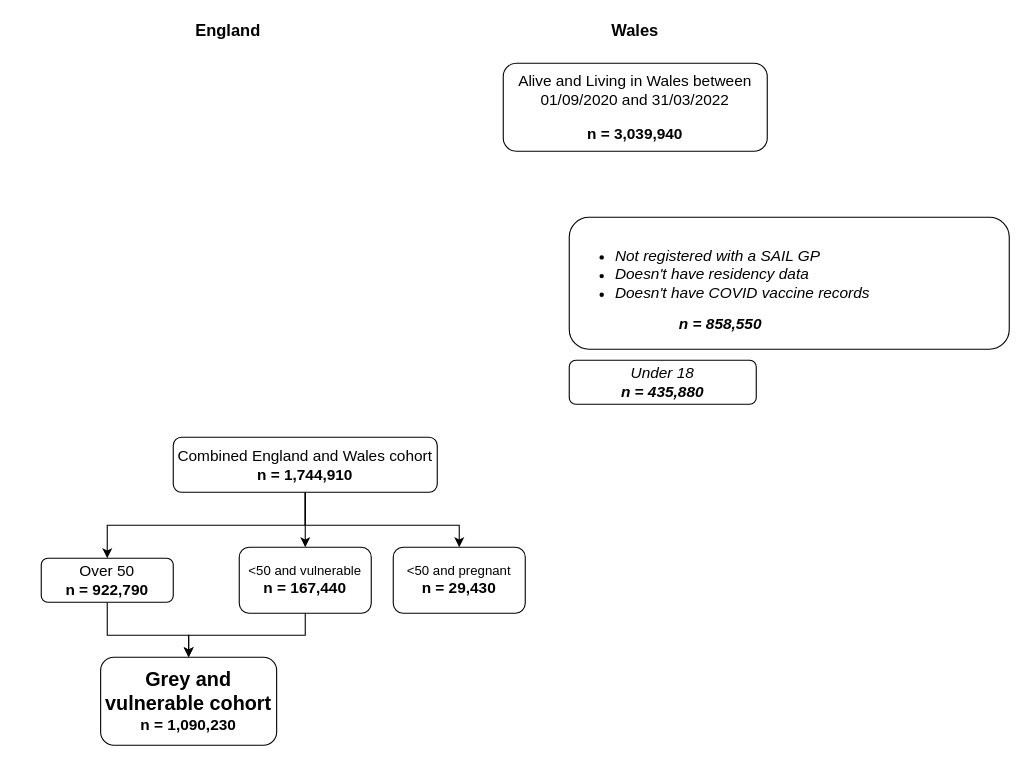
stubedston/dacvap-c19-flu-vaccine-disparity keeps this draw.io diagram as figure_cohort_inclusion_flowchart.drawio. Above is the earlier version. Source tidied: cells renumbered, new cells numbered last; positions are measured from the earlier drawing's top-left corner, leaving out a move shared by most shapes. Both pictures are drawn from the tidied source at 110%, with x=0, y=0 at pixel (41, 19).
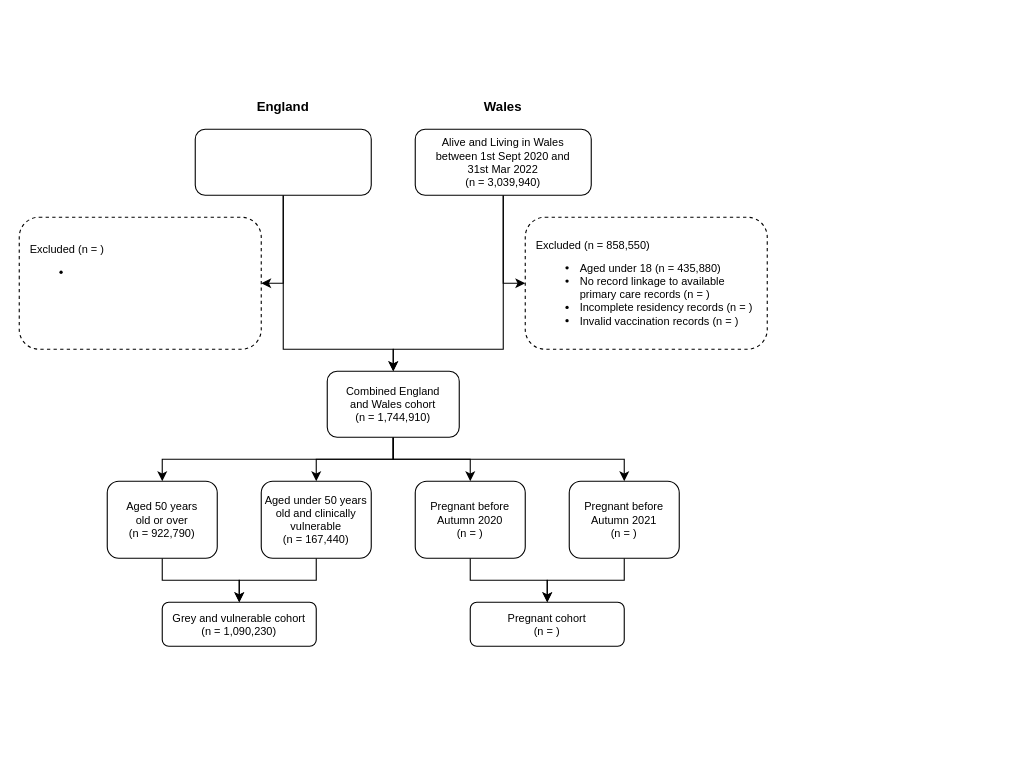
After the change.

Change to the diagram source:
```diff
@@
+    <mxCell id="17" style="edgeStyle=orthogonalEdgeStyle;rounded=0;jettySize=auto;html=1;entryX=0;entryY=0.5;entryDx=0;entryDy=0;fontSize=10;" parent="1" edge="1" source="2" target="3">
+      <mxGeometry relative="1" as="geometry" />
+    </mxCell>
+    <mxCell id="18" style="edgeStyle=orthogonalEdgeStyle;rounded=0;jettySize=auto;html=1;entryX=0.5;entryY=0;entryDx=0;entryDy=0;fontSize=10;" parent="1" edge="1" source="2" target="7">
+      <mxGeometry relative="1" as="geometry">
+        <Array as="points">
+          <mxPoint x="420" y="300" />
+          <mxPoint x="320" y="300" />
+        </Array>
+      </mxGeometry>
+    </mxCell>
-    <mxCell id="2" value="&lt;font style=&quot;&quot;&gt;&lt;span style=&quot;font-size: 14px;&quot;&gt;Alive and Living in Wales between 01/09/2020 and 31/03/2022&lt;br&gt;&lt;/span&gt;&lt;br&gt;&lt;font style=&quot;font-size: 14px;&quot;&gt;&lt;b style=&quot;&quot;&gt;n = 3,039,940&lt;/b&gt;&lt;/font&gt;&lt;br&gt;&lt;/font&gt;" style="rounded=1;whiteSpace=wrap;html=1;fontSize=12;glass=0;strokeWidth=1;shadow=0;" parent="1" vertex="1">
-      <mxGeometry x="420" y="40" width="240" height="80" as="geometry" />
+    <mxCell id="2" value="&lt;font style=&quot;font-size: 10px&quot;&gt;&lt;span style=&quot;font-size: 10px&quot;&gt;Alive and Living in Wales between 1st Sept 2020 and 31st Mar 2022&lt;br style=&quot;font-size: 10px&quot;&gt;&lt;/span&gt;&lt;font style=&quot;font-size: 10px&quot;&gt;&lt;span style=&quot;font-size: 10px&quot;&gt;(n = 3,039,940)&lt;/span&gt;&lt;/font&gt;&lt;br style=&quot;font-size: 10px&quot;&gt;&lt;/font&gt;" style="rounded=1;whiteSpace=wrap;html=1;fontSize=10;glass=0;strokeWidth=1;shadow=0;spacing=20;" parent="1" vertex="1">
+      <mxGeometry x="340" y="100" width="160" height="60" as="geometry" />
     </mxCell>
-    <mxCell id="3" value="&lt;ul&gt;&lt;li&gt;&lt;font style=&quot;font-size: 14px;&quot;&gt;&lt;i&gt;Not registered with a SAIL GP&lt;/i&gt;&lt;/font&gt;&lt;/li&gt;&lt;li&gt;&lt;font style=&quot;font-size: 14px;&quot;&gt;&lt;i&gt;Doesn't have residency data&lt;/i&gt;&lt;/font&gt;&lt;/li&gt;&lt;li&gt;&lt;font style=&quot;font-size: 14px;&quot;&gt;&lt;i&gt;Doesn't have COVID vaccine records&lt;/i&gt;&lt;/font&gt;&lt;/li&gt;&lt;/ul&gt;&lt;b style=&quot;background-color: initial;&quot;&gt;&lt;div style=&quot;text-align: center;&quot;&gt;&lt;b style=&quot;background-color: initial;&quot;&gt;&lt;font style=&quot;font-size: 14px;&quot;&gt;&lt;i&gt;n = 858,550&lt;/i&gt;&lt;/font&gt;&lt;/b&gt;&lt;/div&gt;&lt;/b&gt;" style="rounded=1;whiteSpace=wrap;html=1;fontSize=12;glass=0;strokeWidth=1;shadow=0;align=left;" parent="1" vertex="1">
-      <mxGeometry x="480" y="180" width="400" height="120" as="geometry" />
+    <mxCell id="3" value="&lt;p style=&quot;line-height: 100%&quot;&gt;&lt;span style=&quot;font-size: 10px&quot;&gt;Excluded (&lt;span style=&quot;font-size: 10px&quot;&gt;&lt;font style=&quot;font-size: 10px&quot;&gt;&lt;span style=&quot;font-size: 10px&quot;&gt;n = 858,550)&lt;/span&gt;&lt;/font&gt;&lt;/span&gt;&lt;/span&gt;&lt;br style=&quot;font-size: 10px&quot;&gt;&lt;/p&gt;&lt;ul style=&quot;font-size: 10px&quot;&gt;&lt;li style=&quot;font-size: 10px&quot;&gt;&lt;font style=&quot;font-size: 10px&quot;&gt;&lt;span style=&quot;font-size: 10px&quot;&gt;Aged under 18 (n = 435,880)&lt;/span&gt;&lt;/font&gt;&lt;/li&gt;&lt;li style=&quot;font-size: 10px&quot;&gt;&lt;font style=&quot;font-size: 10px&quot;&gt;&lt;span style=&quot;font-size: 10px&quot;&gt;No record linkage to available primary care records (n = )&lt;/span&gt;&lt;/font&gt;&lt;/li&gt;&lt;li style=&quot;font-size: 10px&quot;&gt;Incomplete residency records (n = )&lt;/li&gt;&lt;li style=&quot;font-size: 10px&quot;&gt;&lt;font style=&quot;font-size: 10px&quot;&gt;&lt;span style=&quot;font-size: 10px ; line-height: 100%&quot;&gt;Invalid vaccination records (n = )&lt;/span&gt;&lt;/font&gt;&lt;/li&gt;&lt;/ul&gt;&lt;p&gt;&lt;/p&gt;" style="rounded=1;whiteSpace=wrap;html=1;fontSize=10;glass=0;strokeWidth=1;shadow=0;align=left;fontStyle=0;spacing=10;verticalAlign=middle;dashed=1;" parent="1" vertex="1">
+      <mxGeometry x="440" y="180" width="220" height="120" as="geometry" />
     </mxCell>
+    <mxCell id="6" style="edgeStyle=orthogonalEdgeStyle;rounded=0;jettySize=auto;html=1;entryX=0.5;entryY=0;entryDx=0;entryDy=0;fontSize=10;" parent="1" edge="1" source="7" target="13">
+      <mxGeometry relative="1" as="geometry" />
+    </mxCell>
+    <mxCell id="5" style="edgeStyle=orthogonalEdgeStyle;rounded=0;jettySize=auto;html=1;fontSize=10;" parent="1" edge="1" source="7" target="14">
+      <mxGeometry relative="1" as="geometry" />
+    </mxCell>
-    <mxCell id="4" style="edgeStyle=orthogonalEdgeStyle;rounded=0;jettySize=auto;html=1;" parent="1" edge="1" source="7" target="10">
-      <mxGeometry relative="1" as="geometry" />
+    <mxCell id="4" style="edgeStyle=orthogonalEdgeStyle;rounded=0;jettySize=auto;html=1;fontSize=10;" parent="1" edge="1" source="7" target="10">
+      <mxGeometry relative="1" as="geometry">
+        <Array as="points">
+          <mxPoint x="320" y="400" />
+          <mxPoint x="110" y="400" />
+        </Array>
+      </mxGeometry>
     </mxCell>
-    <mxCell id="5" style="edgeStyle=orthogonalEdgeStyle;rounded=0;jettySize=auto;html=1;entryX=0.5;entryY=0;entryDx=0;entryDy=0;" parent="1" edge="1" source="7" target="14">
-      <mxGeometry relative="1" as="geometry">
-        <Array as="points">
-          <mxPoint x="240" y="460" />
-          <mxPoint x="380" y="460" />
-        </Array>
-      </mxGeometry>
-    </mxCell>
-    <mxCell id="6" style="edgeStyle=orthogonalEdgeStyle;rounded=0;jettySize=auto;html=1;entryX=0.5;entryY=0;entryDx=0;entryDy=0;" parent="1" edge="1" source="7" target="13">
-      <mxGeometry relative="1" as="geometry" />
-    </mxCell>
+    <mxCell id="19" style="edgeStyle=orthogonalEdgeStyle;rounded=0;jettySize=auto;html=1;entryX=0.5;entryY=0;entryDx=0;entryDy=0;fontSize=10;" parent="1" edge="1" source="7" target="26">
+      <mxGeometry relative="1" as="geometry">
+        <Array as="points">
+          <mxPoint x="320" y="400" />
+          <mxPoint x="530" y="400" />
+        </Array>
+      </mxGeometry>
+    </mxCell>
-    <mxCell id="7" value="&lt;font&gt;&lt;font style=&quot;font-size: 14px&quot;&gt;Combined England and Wales cohort&lt;br&gt;&lt;font&gt;&lt;b&gt;n = 1,744,910&lt;/b&gt;&lt;/font&gt;&lt;/font&gt;&lt;br&gt;&lt;/font&gt;" style="rounded=1;whiteSpace=wrap;html=1;fontSize=12;glass=0;strokeWidth=1;shadow=0;" parent="1" vertex="1">
-      <mxGeometry x="120" y="380" width="240" height="50" as="geometry" />
+    <mxCell id="7" value="&lt;font style=&quot;font-size: 10px&quot;&gt;&lt;font style=&quot;font-size: 10px&quot;&gt;Combined England&lt;br&gt;and Wales cohort&lt;br style=&quot;font-size: 10px&quot;&gt;&lt;font style=&quot;font-size: 10px&quot;&gt;&lt;span style=&quot;font-size: 10px&quot;&gt;(n = 1,744,910)&lt;/span&gt;&lt;/font&gt;&lt;/font&gt;&lt;br style=&quot;font-size: 10px&quot;&gt;&lt;/font&gt;" style="rounded=1;whiteSpace=wrap;html=1;fontSize=10;glass=0;strokeWidth=1;shadow=0;" parent="1" vertex="1">
+      <mxGeometry x="260" y="320" width="120" height="60" as="geometry" />
     </mxCell>
-    <mxCell id="8" value="&lt;div style=&quot;&quot;&gt;&lt;span style=&quot;background-color: initial; font-size: 14px;&quot;&gt;&lt;i&gt;Under 18&lt;/i&gt;&lt;/span&gt;&lt;/div&gt;&lt;b style=&quot;background-color: initial;&quot;&gt;&lt;div style=&quot;&quot;&gt;&lt;b style=&quot;background-color: initial;&quot;&gt;&lt;font style=&quot;font-size: 14px;&quot;&gt;&lt;i&gt;n = 435,880&lt;/i&gt;&lt;/font&gt;&lt;/b&gt;&lt;/div&gt;&lt;/b&gt;" style="rounded=1;whiteSpace=wrap;html=1;fontSize=12;glass=0;strokeWidth=1;shadow=0;align=center;" parent="1" vertex="1">
-      <mxGeometry x="480" y="310" width="170" height="40" as="geometry" />
-    </mxCell>
-    <mxCell id="9" style="edgeStyle=orthogonalEdgeStyle;rounded=0;jettySize=auto;html=1;entryX=0.5;entryY=0;entryDx=0;entryDy=0;" parent="1" edge="1" source="10" target="11">
-      <mxGeometry relative="1" as="geometry">
-        <Array as="points">
-          <mxPoint x="60" y="560" />
-          <mxPoint x="134" y="560" />
-        </Array>
-      </mxGeometry>
+    <mxCell id="9" style="edgeStyle=orthogonalEdgeStyle;rounded=0;jettySize=auto;html=1;entryX=0.5;entryY=0;entryDx=0;entryDy=0;fontSize=10;" parent="1" edge="1" source="10" target="11">
+      <mxGeometry relative="1" as="geometry" />
     </mxCell>
-    <mxCell id="10" value="&lt;div style=&quot;&quot;&gt;&lt;span style=&quot;font-size: 14px;&quot;&gt;Over 50&lt;/span&gt;&lt;/div&gt;&lt;div style=&quot;&quot;&gt;&lt;span style=&quot;font-size: 14px;&quot;&gt;&lt;b&gt;n = 922,790&lt;/b&gt;&lt;/span&gt;&lt;/div&gt;" style="rounded=1;whiteSpace=wrap;html=1;fontSize=12;glass=0;strokeWidth=1;shadow=0;align=center;" parent="1" vertex="1">
-      <mxGeometry y="490" width="120" height="40" as="geometry" />
+    <mxCell id="10" value="&lt;div style=&quot;font-size: 10px&quot;&gt;&lt;span style=&quot;font-size: 10px&quot;&gt;Aged 50 years&lt;br&gt;old or over&lt;/span&gt;&lt;/div&gt;&lt;div style=&quot;font-size: 10px&quot;&gt;&lt;span style=&quot;font-size: 10px&quot;&gt;&lt;span style=&quot;font-size: 10px&quot;&gt;(n = 922,790)&lt;/span&gt;&lt;/span&gt;&lt;/div&gt;" style="rounded=1;whiteSpace=wrap;html=1;fontSize=10;glass=0;strokeWidth=1;shadow=0;align=center;fontStyle=0;" parent="1" vertex="1">
+      <mxGeometry x="60" y="420" width="100" height="70" as="geometry" />
     </mxCell>
-    <mxCell id="11" value="&lt;font&gt;&lt;font&gt;&lt;b&gt;&lt;span style=&quot;font-size: 18px&quot;&gt;Grey and vulnerable cohort&lt;/span&gt;&lt;br&gt;&lt;font style=&quot;font-size: 14px&quot;&gt;n = 1,090,230&lt;/font&gt;&lt;/b&gt;&lt;/font&gt;&lt;br&gt;&lt;/font&gt;" style="rounded=1;whiteSpace=wrap;html=1;fontSize=12;glass=0;strokeWidth=1;shadow=0;" parent="1" vertex="1">
-      <mxGeometry x="54" y="580" width="160" height="80" as="geometry" />
+    <mxCell id="11" value="&lt;font style=&quot;font-size: 10px&quot;&gt;&lt;font style=&quot;font-size: 10px&quot;&gt;&lt;span style=&quot;font-size: 10px&quot;&gt;&lt;span style=&quot;font-size: 10px&quot;&gt;Grey and vulnerable cohort&lt;/span&gt;&lt;br style=&quot;font-size: 10px&quot;&gt;&lt;font style=&quot;font-size: 10px&quot;&gt;(n = 1,090,230)&lt;/font&gt;&lt;/span&gt;&lt;/font&gt;&lt;br style=&quot;font-size: 10px&quot;&gt;&lt;/font&gt;" style="rounded=1;whiteSpace=wrap;html=1;fontSize=10;glass=0;strokeWidth=1;shadow=0;fontStyle=0;" parent="1" vertex="1">
+      <mxGeometry x="110" y="530" width="140" height="40" as="geometry" />
     </mxCell>
-    <mxCell id="12" style="edgeStyle=orthogonalEdgeStyle;rounded=0;jettySize=auto;html=1;" parent="1" edge="1" source="13" target="11">
-      <mxGeometry relative="1" as="geometry">
-        <Array as="points">
-          <mxPoint x="240" y="560" />
-          <mxPoint x="134" y="560" />
-        </Array>
-      </mxGeometry>
+    <mxCell id="12" style="edgeStyle=orthogonalEdgeStyle;rounded=0;jettySize=auto;html=1;entryX=0.5;entryY=0;entryDx=0;entryDy=0;fontSize=10;" parent="1" edge="1" source="13" target="11">
+      <mxGeometry relative="1" as="geometry" />
     </mxCell>
-    <mxCell id="13" value="&amp;lt;50 and vulnerable&lt;br&gt;&lt;b style=&quot;font-size: 14px&quot;&gt;n = 167,440&lt;/b&gt;" style="rounded=1;whiteSpace=wrap;html=1;" parent="1" vertex="1">
-      <mxGeometry x="180" y="480" width="120" height="60" as="geometry" />
+    <mxCell id="13" value="Aged under 50 years&lt;br&gt;old and clinically vulnerable&lt;br style=&quot;font-size: 10px&quot;&gt;&lt;span style=&quot;font-size: 10px&quot;&gt;(n = 167,440)&lt;/span&gt;" style="rounded=1;whiteSpace=wrap;html=1;fontStyle=0;fontSize=10;" parent="1" vertex="1">
+      <mxGeometry x="200" y="420" width="100" height="70" as="geometry" />
     </mxCell>
+    <mxCell id="20" style="edgeStyle=orthogonalEdgeStyle;rounded=0;jettySize=auto;html=1;entryX=0.5;entryY=0;entryDx=0;entryDy=0;fontSize=10;" parent="1" edge="1" source="14" target="27">
+      <mxGeometry relative="1" as="geometry" />
+    </mxCell>
-    <mxCell id="14" value="&amp;lt;50 and pregnant&lt;br&gt;&lt;b style=&quot;font-size: 14px&quot;&gt;n = 29,430&lt;/b&gt;" style="rounded=1;whiteSpace=wrap;html=1;" parent="1" vertex="1">
-      <mxGeometry x="320" y="480" width="120" height="60" as="geometry" />
+    <mxCell id="14" value="Pregnant before&lt;br&gt;Autumn 2020&lt;br style=&quot;font-size: 10px&quot;&gt;&lt;span style=&quot;font-size: 10px&quot;&gt;(n = )&lt;/span&gt;" style="rounded=1;whiteSpace=wrap;html=1;fontSize=10;fontStyle=0;" parent="1" vertex="1">
+      <mxGeometry x="340" y="420" width="100" height="70" as="geometry" />
     </mxCell>
-    <mxCell id="15" value="Wales" style="text;html=1;strokeColor=none;fillColor=none;align=center;verticalAlign=middle;whiteSpace=wrap;rounded=0;fontSize=15;fontStyle=1;" parent="1" vertex="1">
-      <mxGeometry x="520" width="40" height="20" as="geometry" />
+    <mxCell id="15" value="Wales" style="text;html=1;strokeColor=none;fillColor=none;align=center;verticalAlign=middle;whiteSpace=wrap;rounded=0;fontSize=12;fontStyle=1;" parent="1" vertex="1">
+      <mxGeometry x="340" y="60" width="160" height="40" as="geometry" />
     </mxCell>
-    <mxCell id="16" value="England" style="text;html=1;strokeColor=none;fillColor=none;align=center;verticalAlign=middle;whiteSpace=wrap;rounded=0;fontSize=15;fontStyle=1;" parent="1" vertex="1">
-      <mxGeometry x="150" width="40" height="20" as="geometry" />
+    <mxCell id="16" value="England" style="text;html=1;strokeColor=none;fillColor=none;align=center;verticalAlign=middle;whiteSpace=wrap;rounded=0;fontSize=12;fontStyle=1;" parent="1" vertex="1">
+      <mxGeometry x="140" y="60" width="160" height="40" as="geometry" />
     </mxCell>
+    <mxCell id="21" style="edgeStyle=orthogonalEdgeStyle;rounded=0;jettySize=auto;html=1;entryX=1;entryY=0.5;entryDx=0;entryDy=0;fontSize=10;" parent="1" edge="1" source="23" target="24">
+      <mxGeometry relative="1" as="geometry" />
+    </mxCell>
+    <mxCell id="22" style="edgeStyle=orthogonalEdgeStyle;rounded=0;jettySize=auto;html=1;entryX=0.5;entryY=0;entryDx=0;entryDy=0;fontSize=10;" parent="1" edge="1" source="23" target="7">
+      <mxGeometry relative="1" as="geometry">
+        <Array as="points">
+          <mxPoint x="220" y="300" />
+          <mxPoint x="320" y="300" />
+        </Array>
+      </mxGeometry>
+    </mxCell>
+    <mxCell id="23" value="&lt;font style=&quot;font-size: 10px&quot;&gt;&lt;br style=&quot;font-size: 10px&quot;&gt;&lt;/font&gt;" style="rounded=1;whiteSpace=wrap;html=1;fontSize=10;glass=0;strokeWidth=1;shadow=0;spacing=20;" parent="1" vertex="1">
+      <mxGeometry x="140" y="100" width="160" height="60" as="geometry" />
+    </mxCell>
+    <mxCell id="24" value="&lt;p style=&quot;line-height: 100%&quot;&gt;&lt;span style=&quot;font-size: 10px&quot;&gt;Excluded (&lt;span style=&quot;font-size: 10px&quot;&gt;&lt;font style=&quot;font-size: 10px&quot;&gt;&lt;span style=&quot;font-size: 10px&quot;&gt;n = )&lt;/span&gt;&lt;/font&gt;&lt;/span&gt;&lt;/span&gt;&lt;br style=&quot;font-size: 10px&quot;&gt;&lt;/p&gt;&lt;ul style=&quot;font-size: 10px&quot;&gt;&lt;li style=&quot;font-size: 10px&quot;&gt;&lt;br&gt;&lt;/li&gt;&lt;/ul&gt;&lt;p&gt;&lt;/p&gt;" style="rounded=1;whiteSpace=wrap;html=1;fontSize=10;glass=0;strokeWidth=1;shadow=0;align=left;fontStyle=0;spacing=10;verticalAlign=top;dashed=1;" parent="1" vertex="1">
+      <mxGeometry x="-20" y="180" width="220" height="120" as="geometry" />
+    </mxCell>
+    <mxCell id="25" style="edgeStyle=orthogonalEdgeStyle;rounded=0;jettySize=auto;html=1;entryX=0.5;entryY=0;entryDx=0;entryDy=0;fontSize=10;" parent="1" edge="1" source="26" target="27">
+      <mxGeometry relative="1" as="geometry" />
+    </mxCell>
+    <mxCell id="26" value="Pregnant before&lt;br&gt;Autumn 2021&lt;br style=&quot;font-size: 10px&quot;&gt;&lt;span style=&quot;font-size: 10px&quot;&gt;(n = )&lt;/span&gt;" style="rounded=1;whiteSpace=wrap;html=1;fontSize=10;fontStyle=0;" parent="1" vertex="1">
+      <mxGeometry x="480" y="420" width="100" height="70" as="geometry" />
+    </mxCell>
+    <mxCell id="27" value="&lt;font style=&quot;font-size: 10px&quot;&gt;Pregnant cohort&lt;br&gt;(n = )&lt;br style=&quot;font-size: 10px&quot;&gt;&lt;/font&gt;" style="rounded=1;whiteSpace=wrap;html=1;fontSize=10;glass=0;strokeWidth=1;shadow=0;fontStyle=0;" parent="1" vertex="1">
+      <mxGeometry x="390" y="530" width="140" height="40" as="geometry" />
+    </mxCell>
```
